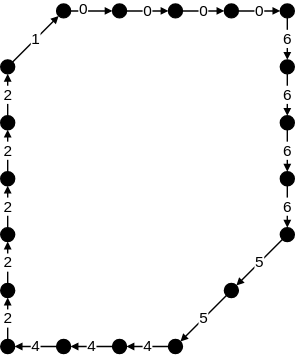
The draw.io diagram Processamento de Imagens - Atividades do dia 2022-06-09.svg in mdmundo/diagrams, before a commit. Source tidied: cells renumbered, new cells last; positions are measured from the earlier drawing's top-left corner, leaving out a move shared by most shapes.
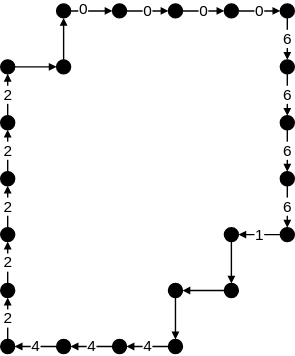
Later version of the same file.

The edit, as a diff of the source:
```diff
@@ -2,9 +2,9 @@
   <root>
     <mxCell id="0" />
     <mxCell id="1" parent="0" />
-    <mxCell id="2" value="1" style="rounded=0;jettySize=auto;html=1;endArrow=block;endFill=1;strokeWidth=1;endSize=3;startSize=3;jumpSize=6;" parent="1" edge="1" source="3" target="6">
-      <mxGeometry relative="1" as="geometry" />
-    </mxCell>
+    <mxCell id="41" style="edgeStyle=none;rounded=0;jumpSize=6;jettySize=auto;html=1;entryX=0;entryY=0.5;entryDx=0;entryDy=0;endArrow=block;endFill=1;startSize=3;endSize=3;strokeWidth=1;" parent="1" edge="1" source="3" target="44">
+      <mxGeometry relative="1" as="geometry" />
+    </mxCell>
     <mxCell id="3" style="ellipse;whiteSpace=wrap;html=1;fillColor=#000000;" parent="1" vertex="1">
       <mxGeometry y="40" width="10" height="10" as="geometry" />
     </mxCell>
@@ -59,17 +59,17 @@
     <mxCell id="20" style="ellipse;whiteSpace=wrap;html=1;fillColor=#000000;" parent="1" vertex="1">
       <mxGeometry x="200" y="120" width="10" height="10" as="geometry" />
     </mxCell>
-    <mxCell id="21" value="5" style="edgeStyle=none;rounded=0;jumpSize=6;jettySize=auto;html=1;endArrow=block;endFill=1;startSize=3;endSize=3;strokeWidth=1;" parent="1" edge="1" source="22" target="24">
+    <mxCell id="21" value="1" style="edgeStyle=none;rounded=0;jumpSize=6;jettySize=auto;html=1;endArrow=block;endFill=1;startSize=3;endSize=3;strokeWidth=1;" parent="1" edge="1" source="22" target="24">
       <mxGeometry relative="1" as="geometry" />
     </mxCell>
     <mxCell id="22" style="ellipse;whiteSpace=wrap;html=1;fillColor=#000000;" parent="1" vertex="1">
       <mxGeometry x="200" y="160" width="10" height="10" as="geometry" />
     </mxCell>
-    <mxCell id="23" value="5" style="edgeStyle=none;rounded=0;jumpSize=6;jettySize=auto;html=1;endArrow=block;endFill=1;startSize=3;endSize=3;strokeWidth=1;" parent="1" edge="1" source="24" target="26">
-      <mxGeometry relative="1" as="geometry" />
-    </mxCell>
+    <mxCell id="42" style="edgeStyle=none;rounded=0;jumpSize=6;jettySize=auto;html=1;endArrow=block;endFill=1;startSize=3;endSize=3;strokeWidth=1;" parent="1" edge="1" source="24" target="46">
+      <mxGeometry relative="1" as="geometry" />
+    </mxCell>
     <mxCell id="24" style="ellipse;whiteSpace=wrap;html=1;fillColor=#000000;" parent="1" vertex="1">
-      <mxGeometry x="160" y="200" width="10" height="10" as="geometry" />
+      <mxGeometry x="160" y="160" width="10" height="10" as="geometry" />
     </mxCell>
     <mxCell id="25" value="4" style="edgeStyle=none;rounded=0;jumpSize=6;jettySize=auto;html=1;endArrow=block;endFill=1;startSize=3;endSize=3;strokeWidth=1;" parent="1" edge="1" source="26" target="28">
       <mxGeometry relative="1" as="geometry" />
@@ -119,5 +119,23 @@
     <mxCell id="40" style="ellipse;whiteSpace=wrap;html=1;fillColor=#000000;" parent="1" vertex="1">
       <mxGeometry y="80" width="10" height="10" as="geometry" />
     </mxCell>
+    <mxCell id="43" style="edgeStyle=none;rounded=0;jumpSize=6;jettySize=auto;html=1;entryX=0.5;entryY=1;entryDx=0;entryDy=0;endArrow=block;endFill=1;startSize=3;endSize=3;strokeWidth=1;" parent="1" edge="1" source="44" target="6">
+      <mxGeometry relative="1" as="geometry" />
+    </mxCell>
+    <mxCell id="44" style="ellipse;whiteSpace=wrap;html=1;fillColor=#000000;" parent="1" vertex="1">
+      <mxGeometry x="40" y="40" width="10" height="10" as="geometry" />
+    </mxCell>
+    <mxCell id="45" style="edgeStyle=none;rounded=0;jumpSize=6;jettySize=auto;html=1;endArrow=block;endFill=1;startSize=3;endSize=3;strokeWidth=1;" parent="1" edge="1" source="46" target="48">
+      <mxGeometry relative="1" as="geometry" />
+    </mxCell>
+    <mxCell id="46" style="ellipse;whiteSpace=wrap;html=1;fillColor=#000000;" parent="1" vertex="1">
+      <mxGeometry x="160" y="200" width="10" height="10" as="geometry" />
+    </mxCell>
+    <mxCell id="47" style="edgeStyle=none;rounded=0;jumpSize=6;jettySize=auto;html=1;entryX=0.5;entryY=0;entryDx=0;entryDy=0;endArrow=block;endFill=1;startSize=3;endSize=3;strokeWidth=1;" parent="1" edge="1" source="48" target="26">
+      <mxGeometry relative="1" as="geometry" />
+    </mxCell>
+    <mxCell id="48" style="ellipse;whiteSpace=wrap;html=1;fillColor=#000000;" parent="1" vertex="1">
+      <mxGeometry x="120" y="200" width="10" height="10" as="geometry" />
+    </mxCell>
   </root>
 </mxGraphModel>
```
